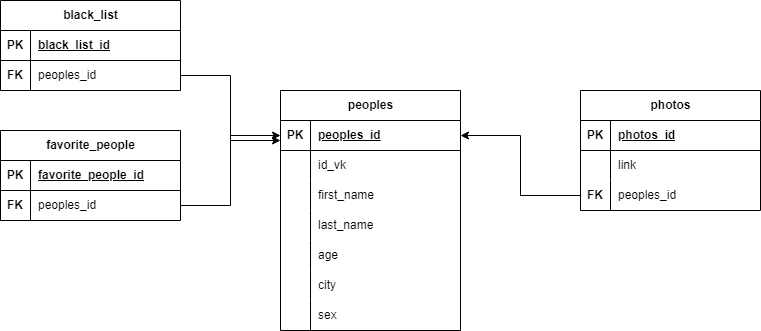
The draw.io diagram diagram_for_VKinder.drawio.png in netology-code/adpy-team-diplom, before a commit. Source tidied: cells renumbered, new cells last; positions are measured from the earlier drawing's top-left corner, leaving out a move shared by most shapes.
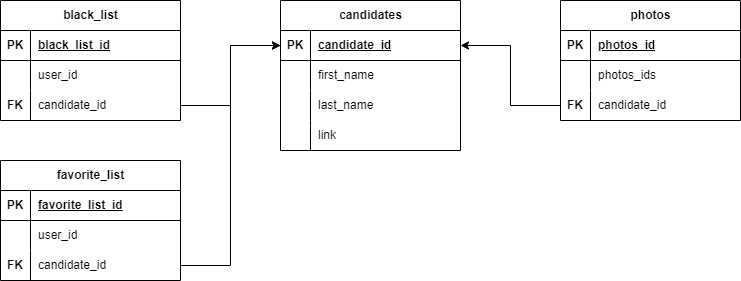
After the commit.

The edit, as a diff of the source:
```diff
@@ -2,8 +2,8 @@
   <root>
     <mxCell id="0" />
     <mxCell id="1" parent="0" />
-    <mxCell id="2" value="peoples" style="shape=table;startSize=30;rowLines=0;fontStyle=1;align=center;html=1;" parent="1" vertex="1">
-      <mxGeometry x="280" y="90" width="180" height="240" as="geometry" />
+    <mxCell id="2" value="candidates" style="shape=table;startSize=30;rowLines=0;fontStyle=1;align=center;html=1;" parent="1" vertex="1">
+      <mxGeometry x="260" y="10" width="180" height="150" as="geometry" />
     </mxCell>
     <mxCell id="3" style="shape=tableRow;horizontal=0;startSize=0;swimlaneHead=0;swimlaneBody=0;fillColor=none;points=[[0,0.5],[1,0.5]];portConstraint=eastwest;top=0;left=0;right=0;bottom=1;" parent="2" vertex="1">
       <mxGeometry y="30" width="180" height="30" as="geometry" />
@@ -11,20 +11,11 @@
     <mxCell id="4" value="PK" style="shape=partialRectangle;fillColor=none;top=0;left=0;bottom=0;right=0;fontStyle=1;overflow=hidden;whiteSpace=wrap;html=1;" parent="3" vertex="1">
       <mxGeometry width="30" height="30" as="geometry" />
     </mxCell>
-    <mxCell id="5" value="peoples_id" style="shape=partialRectangle;fillColor=none;top=0;left=0;bottom=0;right=0;align=left;spacingLeft=6;fontStyle=5;overflow=hidden;whiteSpace=wrap;html=1;" parent="3" vertex="1">
+    <mxCell id="5" value="candidate_id" style="shape=partialRectangle;fillColor=none;top=0;left=0;bottom=0;right=0;align=left;spacingLeft=6;fontStyle=5;overflow=hidden;whiteSpace=wrap;html=1;" parent="3" vertex="1">
       <mxGeometry x="30" width="150" height="30" as="geometry" />
     </mxCell>
-    <mxCell id="6" style="shape=tableRow;horizontal=0;startSize=0;swimlaneHead=0;swimlaneBody=0;fillColor=none;top=0;left=0;right=0;bottom=0;" parent="2" vertex="1">
-      <mxGeometry y="60" width="180" height="30" as="geometry" />
-    </mxCell>
-    <mxCell id="7" style="shape=partialRectangle;fillColor=none;top=0;left=0;bottom=0;right=0;overflow=hidden;whiteSpace=wrap;html=1;" parent="6" vertex="1">
-      <mxGeometry width="30" height="30" as="geometry" />
-    </mxCell>
-    <mxCell id="8" value="id_vk" style="shape=partialRectangle;fillColor=none;top=0;left=0;bottom=0;right=0;align=left;spacingLeft=6;overflow=hidden;whiteSpace=wrap;html=1;" parent="6" vertex="1">
-      <mxGeometry x="30" width="150" height="30" as="geometry" />
-    </mxCell>
     <mxCell id="9" style="shape=tableRow;horizontal=0;startSize=0;swimlaneHead=0;swimlaneBody=0;fillColor=none;top=0;left=0;right=0;bottom=0;" parent="2" vertex="1">
-      <mxGeometry y="90" width="180" height="30" as="geometry" />
+      <mxGeometry y="60" width="180" height="30" as="geometry" />
     </mxCell>
     <mxCell id="10" style="shape=partialRectangle;fillColor=none;top=0;left=0;bottom=0;right=0;overflow=hidden;whiteSpace=wrap;html=1;" parent="9" vertex="1">
       <mxGeometry width="30" height="30" as="geometry" />
@@ -33,7 +24,7 @@
       <mxGeometry x="30" width="150" height="30" as="geometry" />
     </mxCell>
     <mxCell id="12" style="shape=tableRow;horizontal=0;startSize=0;swimlaneHead=0;swimlaneBody=0;fillColor=none;top=0;left=0;right=0;bottom=0;" parent="2" vertex="1">
-      <mxGeometry y="120" width="180" height="30" as="geometry" />
+      <mxGeometry y="90" width="180" height="30" as="geometry" />
     </mxCell>
     <mxCell id="13" style="shape=partialRectangle;fillColor=none;top=0;left=0;bottom=0;right=0;overflow=hidden;whiteSpace=wrap;html=1;" parent="12" vertex="1">
       <mxGeometry width="30" height="30" as="geometry" />
@@ -42,34 +33,16 @@
       <mxGeometry x="30" width="150" height="30" as="geometry" />
     </mxCell>
     <mxCell id="15" style="shape=tableRow;horizontal=0;startSize=0;swimlaneHead=0;swimlaneBody=0;fillColor=none;top=0;left=0;right=0;bottom=0;" parent="2" vertex="1">
-      <mxGeometry y="150" width="180" height="30" as="geometry" />
+      <mxGeometry y="120" width="180" height="30" as="geometry" />
     </mxCell>
     <mxCell id="16" style="shape=partialRectangle;fillColor=none;top=0;left=0;bottom=0;right=0;overflow=hidden;whiteSpace=wrap;html=1;" parent="15" vertex="1">
       <mxGeometry width="30" height="30" as="geometry" />
     </mxCell>
-    <mxCell id="17" value="age" style="shape=partialRectangle;fillColor=none;top=0;left=0;bottom=0;right=0;align=left;spacingLeft=6;overflow=hidden;whiteSpace=wrap;html=1;" parent="15" vertex="1">
+    <mxCell id="17" value="link" style="shape=partialRectangle;fillColor=none;top=0;left=0;bottom=0;right=0;align=left;spacingLeft=6;overflow=hidden;whiteSpace=wrap;html=1;" parent="15" vertex="1">
       <mxGeometry x="30" width="150" height="30" as="geometry" />
     </mxCell>
-    <mxCell id="18" style="shape=tableRow;horizontal=0;startSize=0;swimlaneHead=0;swimlaneBody=0;fillColor=none;top=0;left=0;right=0;bottom=0;" parent="2" vertex="1">
-      <mxGeometry y="180" width="180" height="30" as="geometry" />
-    </mxCell>
-    <mxCell id="19" style="shape=partialRectangle;fillColor=none;top=0;left=0;bottom=0;right=0;overflow=hidden;whiteSpace=wrap;html=1;" parent="18" vertex="1">
-      <mxGeometry width="30" height="30" as="geometry" />
-    </mxCell>
-    <mxCell id="20" value="city" style="shape=partialRectangle;fillColor=none;top=0;left=0;bottom=0;right=0;align=left;spacingLeft=6;overflow=hidden;whiteSpace=wrap;html=1;" parent="18" vertex="1">
-      <mxGeometry x="30" width="150" height="30" as="geometry" />
-    </mxCell>
-    <mxCell id="21" style="shape=tableRow;horizontal=0;startSize=0;swimlaneHead=0;swimlaneBody=0;fillColor=none;top=0;left=0;right=0;bottom=0;" parent="2" vertex="1">
-      <mxGeometry y="210" width="180" height="30" as="geometry" />
-    </mxCell>
-    <mxCell id="22" style="shape=partialRectangle;fillColor=none;top=0;left=0;bottom=0;right=0;overflow=hidden;whiteSpace=wrap;html=1;" parent="21" vertex="1">
-      <mxGeometry width="30" height="30" as="geometry" />
-    </mxCell>
-    <mxCell id="23" value="sex" style="shape=partialRectangle;fillColor=none;top=0;left=0;bottom=0;right=0;align=left;spacingLeft=6;overflow=hidden;whiteSpace=wrap;html=1;" parent="21" vertex="1">
-      <mxGeometry x="30" width="150" height="30" as="geometry" />
-    </mxCell>
     <mxCell id="24" value="photos" style="shape=table;startSize=30;rowLines=0;fontStyle=1;align=center;html=1;" parent="1" vertex="1">
-      <mxGeometry x="580" y="90" width="180" height="120" as="geometry" />
+      <mxGeometry x="540" y="10" width="180" height="120" as="geometry" />
     </mxCell>
     <mxCell id="25" style="shape=tableRow;horizontal=0;startSize=0;swimlaneHead=0;swimlaneBody=0;fillColor=none;top=0;left=0;right=0;bottom=1;" parent="24" vertex="1">
       <mxGeometry y="30" width="180" height="30" as="geometry" />
@@ -86,7 +59,7 @@
     <mxCell id="29" style="shape=partialRectangle;fillColor=none;top=0;left=0;bottom=0;right=0;overflow=hidden;whiteSpace=wrap;html=1;" parent="28" vertex="1">
       <mxGeometry width="30" height="30" as="geometry" />
     </mxCell>
-    <mxCell id="30" value="link" style="shape=partialRectangle;fillColor=none;top=0;left=0;bottom=0;right=0;align=left;spacingLeft=6;overflow=hidden;whiteSpace=wrap;html=1;" parent="28" vertex="1">
+    <mxCell id="30" value="photos_ids" style="shape=partialRectangle;fillColor=none;top=0;left=0;bottom=0;right=0;align=left;spacingLeft=6;overflow=hidden;whiteSpace=wrap;html=1;" parent="28" vertex="1">
       <mxGeometry x="30" width="150" height="30" as="geometry" />
     </mxCell>
     <mxCell id="31" style="shape=tableRow;horizontal=0;startSize=0;swimlaneHead=0;swimlaneBody=0;fillColor=none;points=[[0,0.5],[1,0.5]];portConstraint=eastwest;top=0;left=0;right=0;bottom=0;" parent="24" vertex="1">
@@ -95,11 +68,11 @@
     <mxCell id="32" value="&lt;b&gt;FK&lt;/b&gt;" style="shape=partialRectangle;fillColor=none;top=0;left=0;bottom=0;right=0;overflow=hidden;whiteSpace=wrap;html=1;" parent="31" vertex="1">
       <mxGeometry width="30" height="30" as="geometry" />
     </mxCell>
-    <mxCell id="33" value="peoples_id" style="shape=partialRectangle;fillColor=none;top=0;left=0;bottom=0;right=0;align=left;spacingLeft=6;overflow=hidden;whiteSpace=wrap;html=1;" parent="31" vertex="1">
+    <mxCell id="33" value="candidate_id" style="shape=partialRectangle;fillColor=none;top=0;left=0;bottom=0;right=0;align=left;spacingLeft=6;overflow=hidden;whiteSpace=wrap;html=1;" parent="31" vertex="1">
       <mxGeometry x="30" width="150" height="30" as="geometry" />
     </mxCell>
-    <mxCell id="34" value="favorite_people" style="shape=table;startSize=30;rowLines=0;fontStyle=1;align=center;html=1;" parent="1" vertex="1">
-      <mxGeometry y="130" width="180" height="90" as="geometry" />
+    <mxCell id="34" value="favorite_list" style="shape=table;startSize=30;rowLines=0;fontStyle=1;align=center;html=1;" parent="1" vertex="1">
+      <mxGeometry x="-20" y="170" width="180" height="120" as="geometry" />
     </mxCell>
     <mxCell id="35" style="shape=tableRow;horizontal=0;startSize=0;swimlaneHead=0;swimlaneBody=0;fillColor=none;top=0;left=0;right=0;bottom=1;" parent="34" vertex="1">
       <mxGeometry y="30" width="180" height="30" as="geometry" />
@@ -107,20 +80,29 @@
     <mxCell id="36" value="PK" style="shape=partialRectangle;fillColor=none;top=0;left=0;bottom=0;right=0;fontStyle=1;overflow=hidden;whiteSpace=wrap;html=1;" parent="35" vertex="1">
       <mxGeometry width="30" height="30" as="geometry" />
     </mxCell>
-    <mxCell id="37" value="favorite_people_id" style="shape=partialRectangle;fillColor=none;top=0;left=0;bottom=0;right=0;align=left;spacingLeft=6;fontStyle=5;overflow=hidden;whiteSpace=wrap;html=1;" parent="35" vertex="1">
+    <mxCell id="37" value="favorite_list_id" style="shape=partialRectangle;fillColor=none;top=0;left=0;bottom=0;right=0;align=left;spacingLeft=6;fontStyle=5;overflow=hidden;whiteSpace=wrap;html=1;" parent="35" vertex="1">
       <mxGeometry x="30" width="150" height="30" as="geometry" />
     </mxCell>
+    <mxCell id="51" style="shape=tableRow;horizontal=0;startSize=0;swimlaneHead=0;swimlaneBody=0;fillColor=none;top=0;left=0;right=0;bottom=0;" parent="34" vertex="1">
+      <mxGeometry y="60" width="180" height="30" as="geometry" />
+    </mxCell>
+    <mxCell id="52" style="shape=partialRectangle;fillColor=none;top=0;left=0;bottom=0;right=0;overflow=hidden;whiteSpace=wrap;html=1;" parent="51" vertex="1">
+      <mxGeometry width="30" height="30" as="geometry" />
+    </mxCell>
+    <mxCell id="53" value="user_id" style="shape=partialRectangle;fillColor=none;top=0;left=0;bottom=0;right=0;align=left;spacingLeft=6;overflow=hidden;whiteSpace=wrap;html=1;" parent="51" vertex="1">
+      <mxGeometry x="30" width="150" height="30" as="geometry" />
+    </mxCell>
     <mxCell id="38" style="shape=tableRow;horizontal=0;startSize=0;swimlaneHead=0;swimlaneBody=0;fillColor=none;points=[[0,0.5],[1,0.5]];portConstraint=eastwest;top=0;left=0;right=0;bottom=0;" parent="34" vertex="1">
-      <mxGeometry y="60" width="180" height="30" as="geometry" />
+      <mxGeometry y="90" width="180" height="30" as="geometry" />
     </mxCell>
     <mxCell id="39" value="&lt;b&gt;FK&lt;/b&gt;" style="shape=partialRectangle;fillColor=none;top=0;left=0;bottom=0;right=0;overflow=hidden;whiteSpace=wrap;html=1;" parent="38" vertex="1">
       <mxGeometry width="30" height="30" as="geometry" />
     </mxCell>
-    <mxCell id="40" value="peoples_id" style="shape=partialRectangle;fillColor=none;top=0;left=0;bottom=0;right=0;align=left;spacingLeft=6;overflow=hidden;whiteSpace=wrap;html=1;" parent="38" vertex="1">
+    <mxCell id="40" value="candidate_id" style="shape=partialRectangle;fillColor=none;top=0;left=0;bottom=0;right=0;align=left;spacingLeft=6;overflow=hidden;whiteSpace=wrap;html=1;" parent="38" vertex="1">
       <mxGeometry x="30" width="150" height="30" as="geometry" />
     </mxCell>
     <mxCell id="41" value="black_list" style="shape=table;startSize=30;rowLines=0;fontStyle=1;align=center;html=1;" parent="1" vertex="1">
-      <mxGeometry width="180" height="90" as="geometry" />
+      <mxGeometry x="-20" y="10" width="180" height="120" as="geometry" />
     </mxCell>
     <mxCell id="42" style="shape=tableRow;horizontal=0;startSize=0;swimlaneHead=0;swimlaneBody=0;fillColor=none;top=0;left=0;right=0;bottom=1;" parent="41" vertex="1">
       <mxGeometry y="30" width="180" height="30" as="geometry" />
@@ -131,13 +113,22 @@
     <mxCell id="44" value="black_list_id" style="shape=partialRectangle;fillColor=none;top=0;left=0;bottom=0;right=0;align=left;spacingLeft=6;fontStyle=5;overflow=hidden;whiteSpace=wrap;html=1;" parent="42" vertex="1">
       <mxGeometry x="30" width="150" height="30" as="geometry" />
     </mxCell>
+    <mxCell id="54" style="shape=tableRow;horizontal=0;startSize=0;swimlaneHead=0;swimlaneBody=0;fillColor=none;top=0;left=0;right=0;bottom=0;" parent="41" vertex="1">
+      <mxGeometry y="60" width="180" height="30" as="geometry" />
+    </mxCell>
+    <mxCell id="55" style="shape=partialRectangle;fillColor=none;top=0;left=0;bottom=0;right=0;overflow=hidden;whiteSpace=wrap;html=1;" parent="54" vertex="1">
+      <mxGeometry width="30" height="30" as="geometry" />
+    </mxCell>
+    <mxCell id="56" value="user_id" style="shape=partialRectangle;fillColor=none;top=0;left=0;bottom=0;right=0;align=left;spacingLeft=6;overflow=hidden;whiteSpace=wrap;html=1;" parent="54" vertex="1">
+      <mxGeometry x="30" width="150" height="30" as="geometry" />
+    </mxCell>
     <mxCell id="45" style="shape=tableRow;horizontal=0;startSize=0;swimlaneHead=0;swimlaneBody=0;fillColor=none;points=[[0,0.5],[1,0.5]];portConstraint=eastwest;top=0;left=0;right=0;bottom=0;" parent="41" vertex="1">
-      <mxGeometry y="60" width="180" height="30" as="geometry" />
+      <mxGeometry y="90" width="180" height="30" as="geometry" />
     </mxCell>
     <mxCell id="46" value="&lt;b&gt;FK&lt;/b&gt;" style="shape=partialRectangle;fillColor=none;top=0;left=0;bottom=0;right=0;overflow=hidden;whiteSpace=wrap;html=1;" parent="45" vertex="1">
       <mxGeometry width="30" height="30" as="geometry" />
     </mxCell>
-    <mxCell id="47" value="peoples_id" style="shape=partialRectangle;fillColor=none;top=0;left=0;bottom=0;right=0;align=left;spacingLeft=6;overflow=hidden;whiteSpace=wrap;html=1;" parent="45" vertex="1">
+    <mxCell id="47" value="candidate_id" style="shape=partialRectangle;fillColor=none;top=0;left=0;bottom=0;right=0;align=left;spacingLeft=6;overflow=hidden;whiteSpace=wrap;html=1;" parent="45" vertex="1">
       <mxGeometry x="30" width="150" height="30" as="geometry" />
     </mxCell>
     <mxCell id="48" style="edgeStyle=orthogonalEdgeStyle;rounded=0;jettySize=auto;html=1;exitX=0;exitY=0.5;exitDx=0;exitDy=0;entryX=1;entryY=0.5;entryDx=0;entryDy=0;" parent="1" edge="1" source="31" target="3">
@@ -146,14 +137,8 @@
     <mxCell id="49" style="edgeStyle=orthogonalEdgeStyle;rounded=0;jettySize=auto;html=1;exitX=1;exitY=0.5;exitDx=0;exitDy=0;entryX=0;entryY=0.5;entryDx=0;entryDy=0;" parent="1" edge="1" source="38" target="3">
       <mxGeometry relative="1" as="geometry" />
     </mxCell>
-    <mxCell id="50" style="edgeStyle=orthogonalEdgeStyle;rounded=0;jettySize=auto;html=1;exitX=1;exitY=0.5;exitDx=0;exitDy=0;" parent="1" edge="1" source="45">
-      <mxGeometry relative="1" as="geometry">
-        <mxPoint x="280" y="140" as="targetPoint" />
-        <Array as="points">
-          <mxPoint x="230" y="75" />
-          <mxPoint x="230" y="140" />
-        </Array>
-      </mxGeometry>
-    </mxCell>
+    <mxCell id="57" style="edgeStyle=orthogonalEdgeStyle;rounded=0;jettySize=auto;html=1;exitX=1;exitY=0.5;exitDx=0;exitDy=0;entryX=0;entryY=0.5;entryDx=0;entryDy=0;" parent="1" edge="1" source="45" target="3">
+      <mxGeometry relative="1" as="geometry" />
+    </mxCell>
   </root>
 </mxGraphModel>
```
